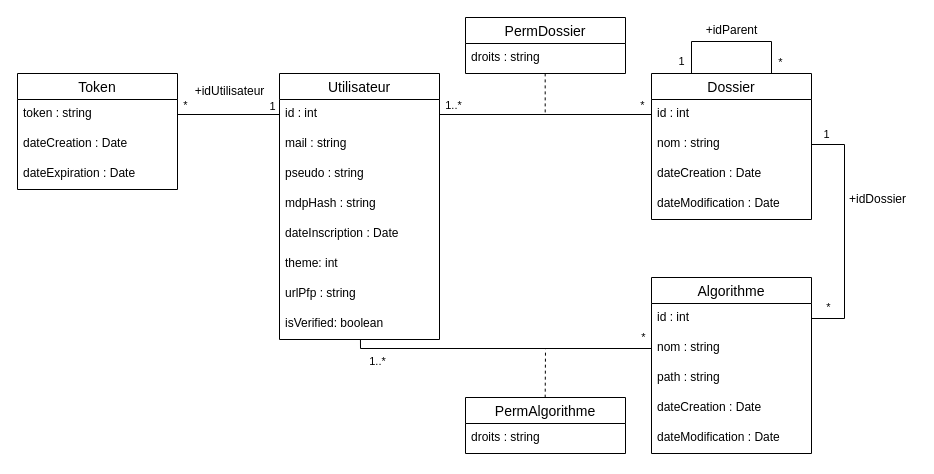
Above: src/back/db/DB.drawio in Bing-Chill-inc/Algoforge-main (draw.io), before the change. Source tidied: cells renumbered, new cells numbered last; positions are measured from the earlier drawing's top-left corner, leaving out a move shared by most shapes. Both pictures are drawn from the tidied source at 100%, with x=0, y=0 at pixel (17, 17).
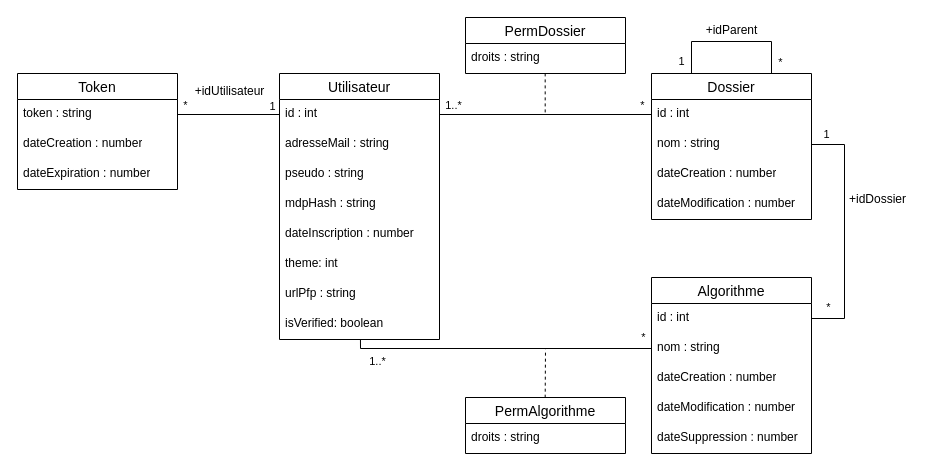
The same diagram, later.

Commit message:
🔧 Mise à jour du schéma de la bdd suite à tous les changements.

The change refers to these unchanged cells:
```xml
<mxCell id="2" value="Utilisateur" style="swimlane;fontStyle=0;horizontal=1;startSize=26;align=center;fontSize=14;" parent="1" vertex="1">
  <mxGeometry x="262" y="56" width="160" height="266" as="geometry" />
</mxCell>
<mxCell id="11" value="Algorithme" style="swimlane;fontStyle=0;horizontal=1;startSize=26;align=center;fontSize=14;" parent="1" vertex="1">
  <mxGeometry x="634" y="260" width="160" height="176" as="geometry" />
</mxCell>
<mxCell id="17" value="Dossier" style="swimlane;fontStyle=0;horizontal=1;startSize=26;align=center;fontSize=14;" parent="1" vertex="1">
  <mxGeometry x="634" y="56" width="160" height="146" as="geometry" />
</mxCell>
<mxCell id="42" value="Token" style="swimlane;fontStyle=0;horizontal=1;startSize=26;align=center;fontSize=14;" parent="1" vertex="1">
  <mxGeometry y="56" width="160" height="116" as="geometry" />
</mxCell>
```

Change to the diagram source:
```diff
@@
-    <mxCell id="4" value="mail : string" style="text;strokeColor=none;fillColor=none;spacingLeft=4;spacingRight=4;overflow=hidden;fontSize=12;whiteSpace=wrap;html=1;" parent="2" vertex="1">
+    <mxCell id="4" value="adresseMail : string" style="text;strokeColor=none;fillColor=none;spacingLeft=4;spacingRight=4;overflow=hidden;fontSize=12;whiteSpace=wrap;html=1;" parent="2" vertex="1">
       <mxGeometry y="56" width="160" height="30" as="geometry" />
     </mxCell>
@@
-    <mxCell id="7" value="dateInscription : Date" style="text;strokeColor=none;fillColor=none;spacingLeft=4;spacingRight=4;overflow=hidden;fontSize=12;whiteSpace=wrap;html=1;" parent="2" vertex="1">
+    <mxCell id="7" value="dateInscription : number" style="text;strokeColor=none;fillColor=none;spacingLeft=4;spacingRight=4;overflow=hidden;fontSize=12;whiteSpace=wrap;html=1;" parent="2" vertex="1">
       <mxGeometry y="146" width="160" height="30" as="geometry" />
     </mxCell>
@@
-    <mxCell id="14" value="path : string" style="text;strokeColor=none;fillColor=none;spacingLeft=4;spacingRight=4;overflow=hidden;fontSize=12;whiteSpace=wrap;html=1;" parent="11" vertex="1">
+    <mxCell id="14" value="dateCreation : number" style="text;strokeColor=none;fillColor=none;spacingLeft=4;spacingRight=4;overflow=hidden;fontSize=12;whiteSpace=wrap;html=1;" parent="11" vertex="1">
       <mxGeometry y="86" width="160" height="30" as="geometry" />
     </mxCell>
-    <mxCell id="15" value="dateCreation : Date" style="text;strokeColor=none;fillColor=none;spacingLeft=4;spacingRight=4;overflow=hidden;fontSize=12;whiteSpace=wrap;html=1;" parent="11" vertex="1">
+    <mxCell id="15" value="dateModification : number" style="text;strokeColor=none;fillColor=none;spacingLeft=4;spacingRight=4;overflow=hidden;fontSize=12;whiteSpace=wrap;html=1;" parent="11" vertex="1">
       <mxGeometry y="116" width="160" height="30" as="geometry" />
     </mxCell>
-    <mxCell id="16" value="dateModification : Date" style="text;strokeColor=none;fillColor=none;spacingLeft=4;spacingRight=4;overflow=hidden;fontSize=12;whiteSpace=wrap;html=1;" parent="11" vertex="1">
+    <mxCell id="16" value="dateSuppression : number" style="text;strokeColor=none;fillColor=none;spacingLeft=4;spacingRight=4;overflow=hidden;fontSize=12;whiteSpace=wrap;html=1;" parent="11" vertex="1">
       <mxGeometry y="146" width="160" height="30" as="geometry" />
     </mxCell>
@@
-    <mxCell id="20" value="dateCreation : Date" style="text;strokeColor=none;fillColor=none;spacingLeft=4;spacingRight=4;overflow=hidden;fontSize=12;whiteSpace=wrap;html=1;" parent="17" vertex="1">
+    <mxCell id="20" value="dateCreation : number" style="text;strokeColor=none;fillColor=none;spacingLeft=4;spacingRight=4;overflow=hidden;fontSize=12;whiteSpace=wrap;html=1;" parent="17" vertex="1">
       <mxGeometry y="86" width="160" height="30" as="geometry" />
     </mxCell>
-    <mxCell id="21" value="dateModification : Date" style="text;strokeColor=none;fillColor=none;spacingLeft=4;spacingRight=4;overflow=hidden;fontSize=12;whiteSpace=wrap;html=1;" parent="17" vertex="1">
+    <mxCell id="21" value="dateModification : number" style="text;strokeColor=none;fillColor=none;spacingLeft=4;spacingRight=4;overflow=hidden;fontSize=12;whiteSpace=wrap;html=1;" parent="17" vertex="1">
       <mxGeometry y="116" width="160" height="30" as="geometry" />
     </mxCell>
@@
-    <mxCell id="44" value="dateCreation : Date" style="text;strokeColor=none;fillColor=none;spacingLeft=4;spacingRight=4;overflow=hidden;fontSize=12;whiteSpace=wrap;html=1;" parent="42" vertex="1">
+    <mxCell id="44" value="dateCreation : number" style="text;strokeColor=none;fillColor=none;spacingLeft=4;spacingRight=4;overflow=hidden;fontSize=12;whiteSpace=wrap;html=1;" parent="42" vertex="1">
       <mxGeometry y="56" width="160" height="30" as="geometry" />
     </mxCell>
-    <mxCell id="45" value="dateExpiration : Date" style="text;strokeColor=none;fillColor=none;spacingLeft=4;spacingRight=4;overflow=hidden;fontSize=12;whiteSpace=wrap;html=1;" parent="42" vertex="1">
+    <mxCell id="45" value="dateExpiration : number" style="text;strokeColor=none;fillColor=none;spacingLeft=4;spacingRight=4;overflow=hidden;fontSize=12;whiteSpace=wrap;html=1;" parent="42" vertex="1">
       <mxGeometry y="86" width="160" height="30" as="geometry" />
     </mxCell>
```
